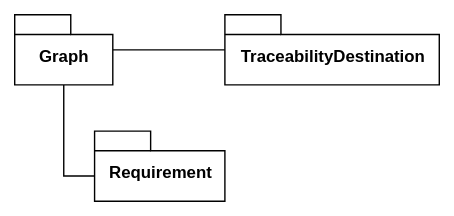
This is pre-project-documentation/component.svg from konstantin-hatvan/traceability-tool, a draw.io export, as it was before one commit. Source tidied: cells renumbered, new cells last; positions are measured from the earlier drawing's top-left corner, leaving out a move shared by most shapes.
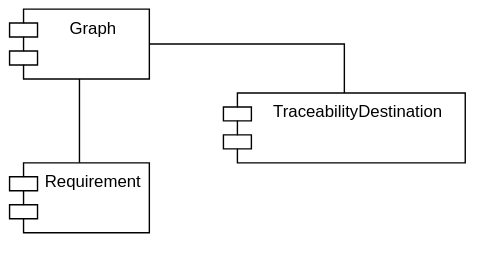
After the commit.

Commit message:
Update component diagram

The edit, as a diff of the source:
```diff
@@ -5,17 +5,17 @@
     <mxCell id="2" style="edgeStyle=orthogonalEdgeStyle;rounded=0;jettySize=auto;html=1;endArrow=none;endFill=0;" parent="1" edge="1" source="4" target="6">
       <mxGeometry relative="1" as="geometry" />
     </mxCell>
-    <mxCell id="3" style="edgeStyle=orthogonalEdgeStyle;rounded=0;jettySize=auto;html=1;endArrow=none;endFill=0;entryX=0;entryY=0;entryDx=0;entryDy=32;entryPerimeter=0;" parent="1" edge="1" source="4" target="5">
+    <mxCell id="3" style="edgeStyle=orthogonalEdgeStyle;rounded=0;jettySize=auto;html=1;endArrow=none;endFill=0;" parent="1" edge="1" source="4" target="5">
       <mxGeometry relative="1" as="geometry" />
     </mxCell>
-    <mxCell id="4" value="Graph" style="shape=folder;fontStyle=1;spacingTop=10;tabWidth=40;tabHeight=14;tabPosition=left;html=1;" parent="1" vertex="1">
-      <mxGeometry width="70" height="50" as="geometry" />
+    <mxCell id="4" value="Graph" style="shape=module;align=left;spacingLeft=20;align=center;verticalAlign=top;" parent="1" vertex="1">
+      <mxGeometry x="57" y="220" width="100" height="50" as="geometry" />
     </mxCell>
-    <mxCell id="5" value="Requirement" style="shape=folder;fontStyle=1;spacingTop=10;tabWidth=40;tabHeight=14;tabPosition=left;html=1;" parent="1" vertex="1">
-      <mxGeometry x="57" y="83" width="93" height="50" as="geometry" />
+    <mxCell id="5" value="TraceabilityDestination" style="shape=module;align=left;spacingLeft=20;align=center;verticalAlign=top;" parent="1" vertex="1">
+      <mxGeometry x="210" y="280" width="173" height="50" as="geometry" />
     </mxCell>
-    <mxCell id="6" value="TraceabilityDestination" style="shape=folder;fontStyle=1;spacingTop=10;tabWidth=40;tabHeight=14;tabPosition=left;html=1;" parent="1" vertex="1">
-      <mxGeometry x="150" width="153" height="50" as="geometry" />
+    <mxCell id="6" value="Requirement" style="shape=module;align=left;spacingLeft=20;align=center;verticalAlign=top;" parent="1" vertex="1">
+      <mxGeometry x="57" y="330" width="100" height="50" as="geometry" />
     </mxCell>
   </root>
 </mxGraphModel>
```
